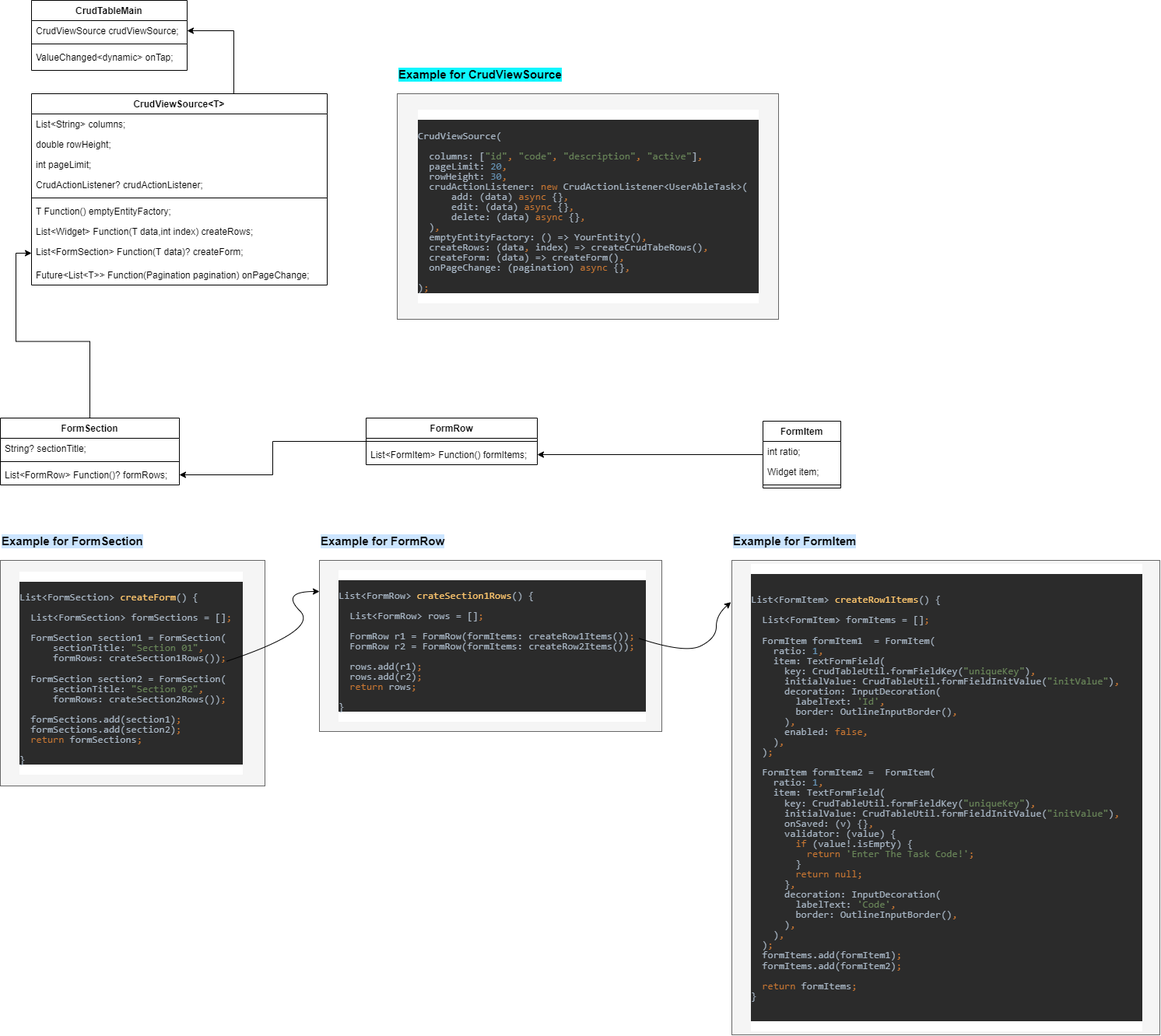
Above: img/crud_table_uml.png in ireshmw/crud_table (draw.io), before the change. Source tidied: cells renumbered, new cells last; positions are measured from the earlier drawing's top-left corner, leaving out a move shared by most shapes.
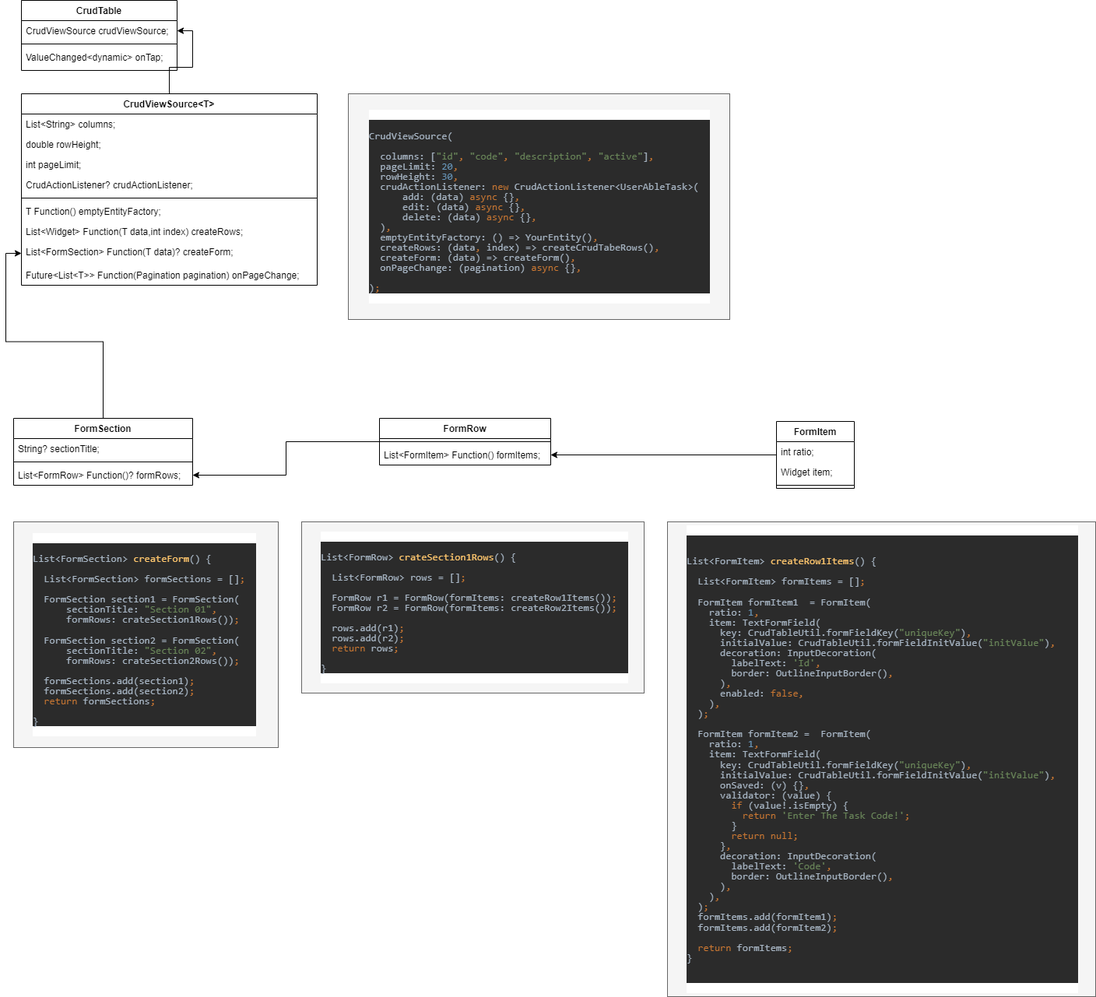
The same file after the commit.

Change to the diagram source:
```diff
@@ -1,2 +1,2 @@
-<mxGraphModel background="#FFFFFF">
+<mxGraphModel>
   <root>
@@ -6,4 +6,4 @@
       <mxGeometry relative="1" as="geometry">
-        <mxPoint x="270" y="213" as="sourcePoint" />
-        <mxPoint x="270" y="213" as="targetPoint" />
+        <mxPoint x="190" y="213" as="sourcePoint" />
+        <mxPoint x="190" y="213" as="targetPoint" />
       </mxGeometry>
@@ -11,10 +11,6 @@
     <mxCell id="3" style="edgeStyle=orthogonalEdgeStyle;rounded=0;jettySize=auto;html=1;entryX=1;entryY=0.5;entryDx=0;entryDy=0;startSize=26;" parent="1" edge="1" source="4" target="15">
-      <mxGeometry relative="1" as="geometry">
-        <Array as="points">
-          <mxPoint x="300" y="39" />
-        </Array>
-      </mxGeometry>
+      <mxGeometry relative="1" as="geometry" />
     </mxCell>
     <mxCell id="4" value="CrudViewSource&lt;T&gt;" style="swimlane;fontStyle=1;align=center;verticalAlign=top;horizontal=1;startSize=26;rounded=0;shadow=0;glass=0;sketch=0;gradientColor=none;" parent="1" vertex="1">
-      <mxGeometry x="40" y="120" width="380" height="246" as="geometry" />
+      <mxGeometry x="-70" y="120" width="380" height="246" as="geometry" />
     </mxCell>
@@ -47,4 +43,4 @@
     </mxCell>
-    <mxCell id="14" value="CrudTableMain" style="swimlane;fontStyle=1;align=center;verticalAlign=top;horizontal=1;startSize=26;rounded=0;shadow=0;glass=0;sketch=0;gradientColor=none;" parent="1" vertex="1">
-      <mxGeometry x="40" width="200" height="90" as="geometry" />
+    <mxCell id="14" value="CrudTable" style="swimlane;fontStyle=1;align=center;verticalAlign=top;horizontal=1;startSize=26;rounded=0;shadow=0;glass=0;sketch=0;gradientColor=none;" parent="1" vertex="1">
+      <mxGeometry x="-70" width="200" height="90" as="geometry" />
     </mxCell>
@@ -63,9 +59,9 @@
     <mxCell id="19" value="&lt;pre style=&quot;background-color: rgb(43 , 43 , 43) ; font-size: 12px ; font-family: &amp;#34;jetbrains mono&amp;#34; , monospace ; color: rgb(169 , 183 , 198)&quot;&gt;&lt;pre style=&quot;font-family: &amp;#34;jetbrains mono&amp;#34; , monospace ; font-size: 9.8pt ; line-height: 1&quot;&gt;&lt;br&gt;CrudViewSource(&lt;br&gt;&lt;br&gt;  columns: [&lt;span style=&quot;color: #6a8759&quot;&gt;&quot;id&quot;&lt;/span&gt;&lt;span style=&quot;color: #cc7832&quot;&gt;, &lt;/span&gt;&lt;span style=&quot;color: #6a8759&quot;&gt;&quot;code&quot;&lt;/span&gt;&lt;span style=&quot;color: #cc7832&quot;&gt;, &lt;/span&gt;&lt;span style=&quot;color: #6a8759&quot;&gt;&quot;description&quot;&lt;/span&gt;&lt;span style=&quot;color: #cc7832&quot;&gt;, &lt;/span&gt;&lt;span style=&quot;color: #6a8759&quot;&gt;&quot;active&quot;&lt;/span&gt;]&lt;span style=&quot;color: #cc7832&quot;&gt;,&lt;br&gt;&lt;/span&gt;&lt;span style=&quot;color: #cc7832&quot;&gt;  &lt;/span&gt;pageLimit: &lt;span style=&quot;color: #6897bb&quot;&gt;20&lt;/span&gt;&lt;span style=&quot;color: #cc7832&quot;&gt;,&lt;br&gt;&lt;/span&gt;&lt;span style=&quot;color: #cc7832&quot;&gt;  &lt;/span&gt;rowHeight: &lt;span style=&quot;color: #6897bb&quot;&gt;30&lt;/span&gt;&lt;span style=&quot;color: #cc7832&quot;&gt;,&lt;br&gt;&lt;/span&gt;&lt;span style=&quot;color: #cc7832&quot;&gt;  &lt;/span&gt;crudActionListener: &lt;span style=&quot;color: #cc7832&quot;&gt;new &lt;/span&gt;CrudActionListener&amp;lt;UserAbleTask&amp;gt;(  &lt;br&gt;      add: (data) &lt;span style=&quot;color: #cc7832&quot;&gt;async &lt;/span&gt;{}&lt;span style=&quot;color: #cc7832&quot;&gt;,&lt;br&gt;&lt;/span&gt;&lt;span style=&quot;color: #cc7832&quot;&gt;      &lt;/span&gt;edit: (data) &lt;span style=&quot;color: #cc7832&quot;&gt;async &lt;/span&gt;{}&lt;span style=&quot;color: #cc7832&quot;&gt;,&lt;br&gt;&lt;/span&gt;&lt;span style=&quot;color: #cc7832&quot;&gt;      &lt;/span&gt;delete: (data) &lt;span style=&quot;color: #cc7832&quot;&gt;async &lt;/span&gt;{}&lt;span style=&quot;color: #cc7832&quot;&gt;,&lt;br&gt;&lt;/span&gt;&lt;span style=&quot;color: #cc7832&quot;&gt;  &lt;/span&gt;)&lt;span style=&quot;color: #cc7832&quot;&gt;,&lt;br&gt;&lt;/span&gt;&lt;span style=&quot;color: #cc7832&quot;&gt;  &lt;/span&gt;emptyEntityFactory: () =&amp;gt; YourEntity()&lt;span style=&quot;color: #cc7832&quot;&gt;,&lt;br&gt;&lt;/span&gt;&lt;span style=&quot;color: #cc7832&quot;&gt;  &lt;/span&gt;createRows: (data&lt;span style=&quot;color: #cc7832&quot;&gt;, &lt;/span&gt;index) =&amp;gt; createCrudTabeRows()&lt;span style=&quot;color: #cc7832&quot;&gt;,&lt;br&gt;&lt;/span&gt;&lt;span style=&quot;color: #cc7832&quot;&gt;  &lt;/span&gt;createForm: (data) =&amp;gt; createForm()&lt;span style=&quot;color: #cc7832&quot;&gt;,&lt;br&gt;&lt;/span&gt;&lt;span style=&quot;color: #cc7832&quot;&gt;  &lt;/span&gt;onPageChange: (pagination) &lt;span style=&quot;color: #cc7832&quot;&gt;async &lt;/span&gt;{}&lt;span style=&quot;color: #cc7832&quot;&gt;,&lt;br&gt;&lt;/span&gt;&lt;span style=&quot;color: #cc7832&quot;&gt;&lt;br&gt;&lt;/span&gt;)&lt;span style=&quot;color: #cc7832&quot;&gt;;&lt;br&gt;&lt;/span&gt;&lt;/pre&gt;&lt;/pre&gt;" style="rounded=0;shadow=0;glass=0;labelBackgroundColor=default;labelBorderColor=none;sketch=0;fontColor=#333333;startSize=26;align=left;verticalAlign=middle;horizontal=1;whiteSpace=wrap;html=1;spacingLeft=25;spacingTop=0;fontSize=12;fillColor=#f5f5f5;strokeColor=#666666;" parent="1" vertex="1">
-      <mxGeometry x="510" y="120" width="490" height="290" as="geometry" />
+      <mxGeometry x="350" y="120" width="490" height="290" as="geometry" />
     </mxCell>
     <mxCell id="20" value="&lt;pre style=&quot;background-color: rgb(43 , 43 , 43) ; font-size: 12px ; font-family: &amp;#34;jetbrains mono&amp;#34; , monospace ; color: rgb(169 , 183 , 198)&quot;&gt;&lt;pre style=&quot;font-family: &amp;#34;jetbrains mono&amp;#34; , monospace ; font-size: 9.8pt ; line-height: 1&quot;&gt;&lt;pre style=&quot;font-family: &amp;#34;jetbrains mono&amp;#34; , monospace ; font-size: 9.8pt&quot;&gt;&lt;pre style=&quot;font-family: &amp;#34;jetbrains mono&amp;#34; , monospace ; font-size: 9.8pt&quot;&gt;&lt;br&gt;List&amp;lt;FormSection&amp;gt; &lt;span style=&quot;color: #ffc66d&quot;&gt;createForm&lt;/span&gt;() {&lt;br&gt;  &lt;br&gt;  List&amp;lt;FormSection&amp;gt; formSections = []&lt;span style=&quot;color: #cc7832&quot;&gt;;  &lt;br&gt;&lt;/span&gt;&lt;span style=&quot;color: #cc7832&quot;&gt;  &lt;br&gt;&lt;/span&gt;&lt;span style=&quot;color: #cc7832&quot;&gt;  &lt;/span&gt;FormSection section1 = FormSection(&lt;br&gt;      sectionTitle: &lt;span style=&quot;color: #6a8759&quot;&gt;&quot;Section 01&quot;&lt;/span&gt;&lt;span style=&quot;color: #cc7832&quot;&gt;,&lt;br&gt;&lt;/span&gt;&lt;span style=&quot;color: #cc7832&quot;&gt;      &lt;/span&gt;formRows: crateSection1Rows())&lt;span style=&quot;color: #cc7832&quot;&gt;;&lt;br&gt;&lt;/span&gt;&lt;span style=&quot;color: #cc7832&quot;&gt;&lt;br&gt;&lt;/span&gt;&lt;span style=&quot;color: #cc7832&quot;&gt;  &lt;/span&gt;FormSection section2 = FormSection(&lt;br&gt;      sectionTitle: &lt;span style=&quot;color: #6a8759&quot;&gt;&quot;Section 02&quot;&lt;/span&gt;&lt;span style=&quot;color: #cc7832&quot;&gt;,&lt;br&gt;&lt;/span&gt;&lt;span style=&quot;color: #cc7832&quot;&gt;      &lt;/span&gt;formRows: crateSection2Rows())&lt;span style=&quot;color: #cc7832&quot;&gt;;&lt;br&gt;&lt;/span&gt;&lt;span style=&quot;color: #cc7832&quot;&gt;&lt;br&gt;&lt;/span&gt;&lt;span style=&quot;color: #cc7832&quot;&gt;  &lt;/span&gt;formSections.add(section1)&lt;span style=&quot;color: #cc7832&quot;&gt;;&lt;br&gt;&lt;/span&gt;&lt;span style=&quot;color: #cc7832&quot;&gt;  &lt;/span&gt;formSections.add(section2)&lt;span style=&quot;color: #cc7832&quot;&gt;;&lt;br&gt;&lt;/span&gt;&lt;span style=&quot;color: #cc7832&quot;&gt;  return &lt;/span&gt;formSections&lt;span style=&quot;color: #cc7832&quot;&gt;;&lt;br&gt;&lt;/span&gt;&lt;span style=&quot;color: #cc7832&quot;&gt;  &lt;br&gt;&lt;/span&gt;}&lt;/pre&gt;&lt;/pre&gt;&lt;/pre&gt;&lt;/pre&gt;" style="rounded=0;shadow=0;glass=0;labelBackgroundColor=default;labelBorderColor=none;sketch=0;fontColor=#333333;startSize=26;align=left;verticalAlign=middle;horizontal=1;whiteSpace=wrap;html=1;spacingLeft=25;spacingTop=0;fontSize=12;fillColor=#f5f5f5;strokeColor=#666666;spacing=0;" parent="1" vertex="1">
-      <mxGeometry y="720" width="340" height="290" as="geometry" />
+      <mxGeometry x="-80" y="670" width="340" height="290" as="geometry" />
     </mxCell>
     <mxCell id="21" value="FormSection" style="swimlane;fontStyle=1;align=center;verticalAlign=top;horizontal=1;startSize=26;rounded=0;shadow=0;glass=0;sketch=0;gradientColor=none;" parent="1" vertex="1">
-      <mxGeometry y="537" width="230" height="86" as="geometry" />
+      <mxGeometry x="-80" y="537" width="230" height="86" as="geometry" />
     </mxCell>
@@ -84,3 +80,3 @@
     <mxCell id="26" value="FormRow" style="swimlane;fontStyle=1;align=center;verticalAlign=top;horizontal=1;startSize=26;rounded=0;shadow=0;glass=0;sketch=0;gradientColor=none;" parent="1" vertex="1">
-      <mxGeometry x="470" y="537" width="220" height="60" as="geometry" />
+      <mxGeometry x="390" y="537" width="220" height="60" as="geometry" />
     </mxCell>
@@ -96,3 +92,3 @@
     <mxCell id="30" value="FormItem" style="swimlane;fontStyle=1;align=center;verticalAlign=top;horizontal=1;startSize=26;rounded=0;shadow=0;glass=0;sketch=0;gradientColor=none;" parent="1" vertex="1">
-      <mxGeometry x="980" y="541" width="100" height="86" as="geometry" />
+      <mxGeometry x="900" y="541" width="100" height="86" as="geometry" />
     </mxCell>
@@ -108,37 +104,7 @@
     <mxCell id="34" value="&lt;pre style=&quot;background-color: rgb(43 , 43 , 43) ; font-size: 12px ; font-family: &amp;#34;jetbrains mono&amp;#34; , monospace ; color: rgb(169 , 183 , 198)&quot;&gt;&lt;pre style=&quot;font-family: &amp;#34;jetbrains mono&amp;#34; , monospace ; font-size: 9.8pt ; line-height: 1&quot;&gt;&lt;pre style=&quot;font-family: &amp;#34;jetbrains mono&amp;#34; , monospace ; font-size: 9.8pt&quot;&gt;&lt;pre style=&quot;font-family: &amp;#34;jetbrains mono&amp;#34; , monospace ; font-size: 9.8pt&quot;&gt;&lt;pre style=&quot;font-family: &amp;#34;jetbrains mono&amp;#34; , monospace ; font-size: 9.8pt&quot;&gt;&lt;br&gt;List&amp;lt;FormRow&amp;gt; &lt;span style=&quot;color: #ffc66d&quot;&gt;crateSection1Rows&lt;/span&gt;() {&lt;br&gt;  &lt;br&gt;  List&amp;lt;FormRow&amp;gt; rows = []&lt;span style=&quot;color: #cc7832&quot;&gt;;&lt;br&gt;&lt;/span&gt;&lt;span style=&quot;color: #cc7832&quot;&gt;&lt;br&gt;&lt;/span&gt;&lt;span style=&quot;color: #cc7832&quot;&gt;  &lt;/span&gt;FormRow r1 = FormRow(formItems: createRow1Items())&lt;span style=&quot;color: #cc7832&quot;&gt;;  &lt;br&gt;&lt;/span&gt;&lt;span style=&quot;color: #cc7832&quot;&gt;  &lt;/span&gt;FormRow r2 = FormRow(formItems: createRow2Items())&lt;span style=&quot;color: #cc7832&quot;&gt;;&lt;br&gt;&lt;/span&gt;&lt;span style=&quot;color: #cc7832&quot;&gt;&lt;br&gt;&lt;/span&gt;&lt;span style=&quot;color: #cc7832&quot;&gt;  &lt;/span&gt;rows.add(r1)&lt;span style=&quot;color: #cc7832&quot;&gt;;&lt;br&gt;&lt;/span&gt;&lt;span style=&quot;color: #cc7832&quot;&gt;  &lt;/span&gt;rows.add(r2)&lt;span style=&quot;color: #cc7832&quot;&gt;;&lt;br&gt;&lt;/span&gt;&lt;span style=&quot;color: #cc7832&quot;&gt;  return &lt;/span&gt;rows&lt;span style=&quot;color: #cc7832&quot;&gt;;&lt;br&gt;&lt;/span&gt;&lt;span style=&quot;color: #cc7832&quot;&gt;  &lt;br&gt;&lt;/span&gt;}&lt;br&gt;&lt;/pre&gt;&lt;/pre&gt;&lt;/pre&gt;&lt;/pre&gt;&lt;/pre&gt;" style="rounded=0;shadow=0;glass=0;labelBackgroundColor=default;labelBorderColor=none;sketch=0;fontColor=#333333;startSize=26;align=left;verticalAlign=middle;horizontal=1;whiteSpace=wrap;html=1;spacingLeft=25;spacingTop=0;fontSize=12;fillColor=#f5f5f5;strokeColor=#666666;spacing=0;" parent="1" vertex="1">
-      <mxGeometry x="410" y="720" width="440" height="220" as="geometry" />
+      <mxGeometry x="290" y="670" width="440" height="220" as="geometry" />
     </mxCell>
     <mxCell id="35" value="&lt;pre style=&quot;background-color: rgb(43 , 43 , 43) ; font-size: 12px ; font-family: &amp;#34;jetbrains mono&amp;#34; , monospace ; color: rgb(169 , 183 , 198)&quot;&gt;&lt;pre style=&quot;font-family: &amp;#34;jetbrains mono&amp;#34; , monospace ; font-size: 9.8pt ; line-height: 1&quot;&gt;&lt;pre style=&quot;font-family: &amp;#34;jetbrains mono&amp;#34; , monospace ; font-size: 9.8pt&quot;&gt;&lt;pre style=&quot;font-family: &amp;#34;jetbrains mono&amp;#34; , monospace ; font-size: 9.8pt&quot;&gt;&lt;pre style=&quot;font-family: &amp;#34;jetbrains mono&amp;#34; , monospace ; font-size: 9.8pt&quot;&gt;&lt;pre style=&quot;font-family: &amp;#34;jetbrains mono&amp;#34; , monospace ; font-size: 9.8pt&quot;&gt;&lt;br&gt;&lt;/pre&gt;&lt;pre style=&quot;font-family: &amp;#34;jetbrains mono&amp;#34; , monospace ; font-size: 9.8pt&quot;&gt;List&amp;lt;FormItem&amp;gt; &lt;span style=&quot;color: #ffc66d&quot;&gt;createRow1Items&lt;/span&gt;() {&lt;br&gt;&lt;br&gt;  List&amp;lt;FormItem&amp;gt; formItems = []&lt;span style=&quot;color: #cc7832&quot;&gt;;&lt;br&gt;&lt;/span&gt;&lt;span style=&quot;color: #cc7832&quot;&gt;  &lt;br&gt;&lt;/span&gt;&lt;span style=&quot;color: #cc7832&quot;&gt;  &lt;/span&gt;FormItem formItem1  = FormItem(&lt;br&gt;    ratio: &lt;span style=&quot;color: #6897bb&quot;&gt;1&lt;/span&gt;&lt;span style=&quot;color: #cc7832&quot;&gt;,&lt;br&gt;&lt;/span&gt;&lt;span style=&quot;color: #cc7832&quot;&gt;    &lt;/span&gt;item: TextFormField(&lt;br&gt;      key: CrudTableUtil.formFieldKey(&lt;span style=&quot;color: #6a8759&quot;&gt;&quot;uniqueKey&quot;&lt;/span&gt;)&lt;span style=&quot;color: #cc7832&quot;&gt;,&lt;br&gt;&lt;/span&gt;&lt;span style=&quot;color: #cc7832&quot;&gt;      &lt;/span&gt;initialValue: CrudTableUtil.formFieldInitValue(&lt;span style=&quot;color: #6a8759&quot;&gt;&quot;initValue&quot;&lt;/span&gt;)&lt;span style=&quot;color: #cc7832&quot;&gt;,    &lt;br&gt;&lt;/span&gt;&lt;span style=&quot;color: #cc7832&quot;&gt;      &lt;/span&gt;decoration: InputDecoration(&lt;br&gt;        labelText: &lt;span style=&quot;color: #6a8759&quot;&gt;'Id'&lt;/span&gt;&lt;span style=&quot;color: #cc7832&quot;&gt;,&lt;br&gt;&lt;/span&gt;&lt;span style=&quot;color: #cc7832&quot;&gt;        &lt;/span&gt;border: OutlineInputBorder()&lt;span style=&quot;color: #cc7832&quot;&gt;,&lt;br&gt;&lt;/span&gt;&lt;span style=&quot;color: #cc7832&quot;&gt;      &lt;/span&gt;)&lt;span style=&quot;color: #cc7832&quot;&gt;,&lt;br&gt;&lt;/span&gt;&lt;span style=&quot;color: #cc7832&quot;&gt;      &lt;/span&gt;enabled: &lt;span style=&quot;color: #cc7832&quot;&gt;false,&lt;br&gt;&lt;/span&gt;&lt;span style=&quot;color: #cc7832&quot;&gt;    &lt;/span&gt;)&lt;span style=&quot;color: #cc7832&quot;&gt;,&lt;br&gt;&lt;/span&gt;&lt;span style=&quot;color: #cc7832&quot;&gt;  &lt;/span&gt;)&lt;span style=&quot;color: #cc7832&quot;&gt;;&lt;br&gt;&lt;/span&gt;&lt;span style=&quot;color: #cc7832&quot;&gt;&lt;br&gt;&lt;/span&gt;&lt;span style=&quot;color: #cc7832&quot;&gt;  &lt;/span&gt;FormItem formItem2 =  FormItem(&lt;br&gt;    ratio: &lt;span style=&quot;color: #6897bb&quot;&gt;1&lt;/span&gt;&lt;span style=&quot;color: #cc7832&quot;&gt;,&lt;br&gt;&lt;/span&gt;&lt;span style=&quot;color: #cc7832&quot;&gt;    &lt;/span&gt;item: TextFormField(&lt;br&gt;      key: CrudTableUtil.formFieldKey(&lt;span style=&quot;color: #6a8759&quot;&gt;&quot;uniqueKey&quot;&lt;/span&gt;)&lt;span style=&quot;color: #cc7832&quot;&gt;,&lt;br&gt;&lt;/span&gt;&lt;span style=&quot;color: #cc7832&quot;&gt;      &lt;/span&gt;initialValue: CrudTableUtil.formFieldInitValue(&lt;span style=&quot;color: #6a8759&quot;&gt;&quot;initValue&quot;&lt;/span&gt;)&lt;span style=&quot;color: #cc7832&quot;&gt;,&lt;br&gt;&lt;/span&gt;&lt;span style=&quot;color: #cc7832&quot;&gt;      &lt;/span&gt;onSaved: (v) {}&lt;span style=&quot;color: #cc7832&quot;&gt;,&lt;br&gt;&lt;/span&gt;&lt;span style=&quot;color: #cc7832&quot;&gt;      &lt;/span&gt;validator: (value) {&lt;br&gt;        &lt;span style=&quot;color: #cc7832&quot;&gt;if &lt;/span&gt;(value!.isEmpty) {&lt;br&gt;          &lt;span style=&quot;color: #cc7832&quot;&gt;return &lt;/span&gt;&lt;span style=&quot;color: #6a8759&quot;&gt;'Enter The Task Code!'&lt;/span&gt;&lt;span style=&quot;color: #cc7832&quot;&gt;;&lt;br&gt;&lt;/span&gt;&lt;span style=&quot;color: #cc7832&quot;&gt;        &lt;/span&gt;}&lt;br&gt;        &lt;span style=&quot;color: #cc7832&quot;&gt;return null;&lt;br&gt;&lt;/span&gt;&lt;span style=&quot;color: #cc7832&quot;&gt;      &lt;/span&gt;}&lt;span style=&quot;color: #cc7832&quot;&gt;,&lt;br&gt;&lt;/span&gt;&lt;span style=&quot;color: #cc7832&quot;&gt;      &lt;/span&gt;decoration: InputDecoration(&lt;br&gt;        labelText: &lt;span style=&quot;color: #6a8759&quot;&gt;'Code'&lt;/span&gt;&lt;span style=&quot;color: #cc7832&quot;&gt;,&lt;br&gt;&lt;/span&gt;&lt;span style=&quot;color: #cc7832&quot;&gt;        &lt;/span&gt;border: OutlineInputBorder()&lt;span style=&quot;color: #cc7832&quot;&gt;,&lt;br&gt;&lt;/span&gt;&lt;span style=&quot;color: #cc7832&quot;&gt;      &lt;/span&gt;)&lt;span style=&quot;color: #cc7832&quot;&gt;,&lt;br&gt;&lt;/span&gt;&lt;span style=&quot;color: #cc7832&quot;&gt;    &lt;/span&gt;)&lt;span style=&quot;color: #cc7832&quot;&gt;,&lt;br&gt;&lt;/span&gt;&lt;span style=&quot;color: #cc7832&quot;&gt;  &lt;/span&gt;)&lt;span style=&quot;color: #cc7832&quot;&gt;;&lt;br&gt;&lt;/span&gt;&lt;span style=&quot;color: #cc7832&quot;&gt;  &lt;/span&gt;formItems.add(formItem1)&lt;span style=&quot;color: #cc7832&quot;&gt;;&lt;br&gt;&lt;/span&gt;&lt;span style=&quot;color: #cc7832&quot;&gt;  &lt;/span&gt;formItems.add(formItem2)&lt;span style=&quot;color: #cc7832&quot;&gt;;&lt;br&gt;&lt;/span&gt;&lt;span style=&quot;color: #cc7832&quot;&gt;  &lt;br&gt;&lt;/span&gt;&lt;span style=&quot;color: #cc7832&quot;&gt;  return &lt;/span&gt;formItems&lt;span style=&quot;color: #cc7832&quot;&gt;;&lt;br&gt;&lt;/span&gt;}&lt;/pre&gt;&lt;pre style=&quot;font-family: &amp;#34;jetbrains mono&amp;#34; , monospace ; font-size: 9.8pt&quot;&gt;&lt;br&gt;&lt;/pre&gt;&lt;/pre&gt;&lt;/pre&gt;&lt;/pre&gt;&lt;/pre&gt;&lt;/pre&gt;" style="rounded=0;shadow=0;glass=0;labelBackgroundColor=default;labelBorderColor=none;sketch=0;fontColor=#333333;startSize=26;align=left;verticalAlign=middle;horizontal=1;whiteSpace=wrap;html=1;spacingLeft=25;spacingTop=0;fontSize=12;fillColor=#f5f5f5;strokeColor=#666666;spacing=0;" parent="1" vertex="1">
-      <mxGeometry x="940" y="720" width="550" height="610" as="geometry" />
+      <mxGeometry x="760" y="670" width="550" height="610" as="geometry" />
     </mxCell>
-    <mxCell id="36" value="Example for CrudViewSource" style="text;html=1;strokeColor=none;fillColor=none;align=left;verticalAlign=middle;whiteSpace=wrap;rounded=0;fontSize=15;fontStyle=1;labelBorderColor=none;labelBackgroundColor=#0FF7FF;" parent="1" vertex="1">
-      <mxGeometry x="510" y="80" width="370" height="30" as="geometry" />
-    </mxCell>
-    <mxCell id="37" value="Example for FormSection" style="text;html=1;strokeColor=none;fillColor=none;align=left;verticalAlign=middle;whiteSpace=wrap;rounded=0;fontSize=15;fontStyle=1;labelBackgroundColor=#CCE5FF;" parent="1" vertex="1">
-      <mxGeometry y="680" width="370" height="30" as="geometry" />
-    </mxCell>
-    <mxCell id="38" value="Example for FormRow" style="text;html=1;strokeColor=none;fillColor=none;align=left;verticalAlign=middle;whiteSpace=wrap;rounded=0;fontSize=15;fontStyle=1;labelBackgroundColor=#CCE5FF;" parent="1" vertex="1">
-      <mxGeometry x="410" y="680" width="370" height="30" as="geometry" />
-    </mxCell>
-    <mxCell id="39" value="Example for FormItem" style="text;html=1;strokeColor=none;fillColor=none;align=left;verticalAlign=middle;whiteSpace=wrap;rounded=0;fontSize=15;fontStyle=1;labelBackgroundColor=#CCE5FF;" parent="1" vertex="1">
-      <mxGeometry x="940" y="680" width="370" height="30" as="geometry" />
-    </mxCell>
-    <mxCell id="40" style="curved=1;endArrow=classic;html=1;rounded=0;fontSize=15;exitX=0.853;exitY=0.448;exitDx=0;exitDy=0;exitPerimeter=0;" parent="1" edge="1" source="20">
-      <mxGeometry relative="1" as="geometry">
-        <mxPoint x="410" y="760" as="targetPoint" />
-        <Array as="points">
-          <mxPoint x="410" y="810" />
-          <mxPoint x="360" y="760" />
-        </Array>
-      </mxGeometry>
-    </mxCell>
-    <mxCell id="41" style="curved=1;endArrow=classic;html=1;rounded=0;fontSize=15;exitX=0.932;exitY=0.455;exitDx=0;exitDy=0;exitPerimeter=0;entryX=-0.002;entryY=0.088;entryDx=0;entryDy=0;entryPerimeter=0;" parent="1" edge="1" source="34" target="35">
-      <mxGeometry relative="1" as="geometry">
-        <Array as="points">
-          <mxPoint x="880" y="840" />
-          <mxPoint x="920" y="820" />
-          <mxPoint x="920" y="790" />
-        </Array>
-      </mxGeometry>
-    </mxCell>
   </root>
```
